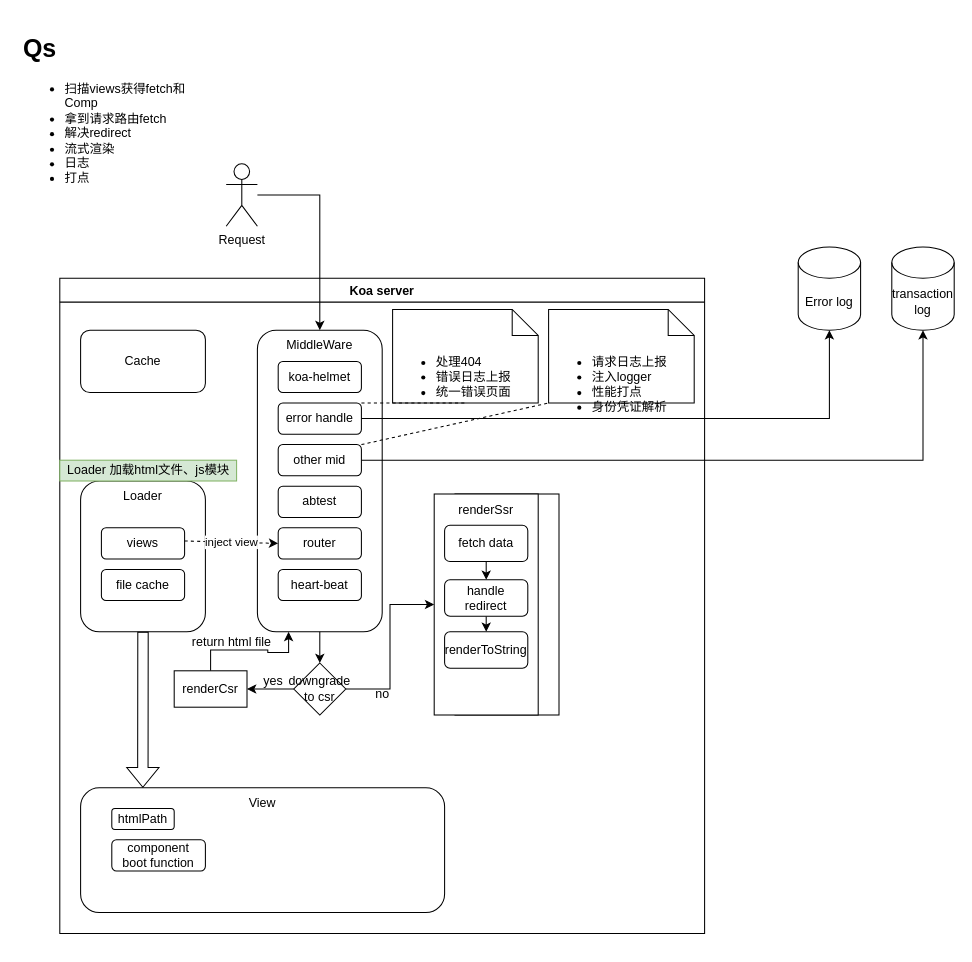
Above: ssr/Untitled Diagram.drawio in liaoyeguo/diagrams-repo (draw.io), before the change. Source tidied: cells renumbered, new cells numbered last; positions are measured from the earlier drawing's top-left corner, leaving out a move shared by most shapes. Both pictures are drawn from the tidied source at 104%, with x=0, y=0 at pixel (18, 28).
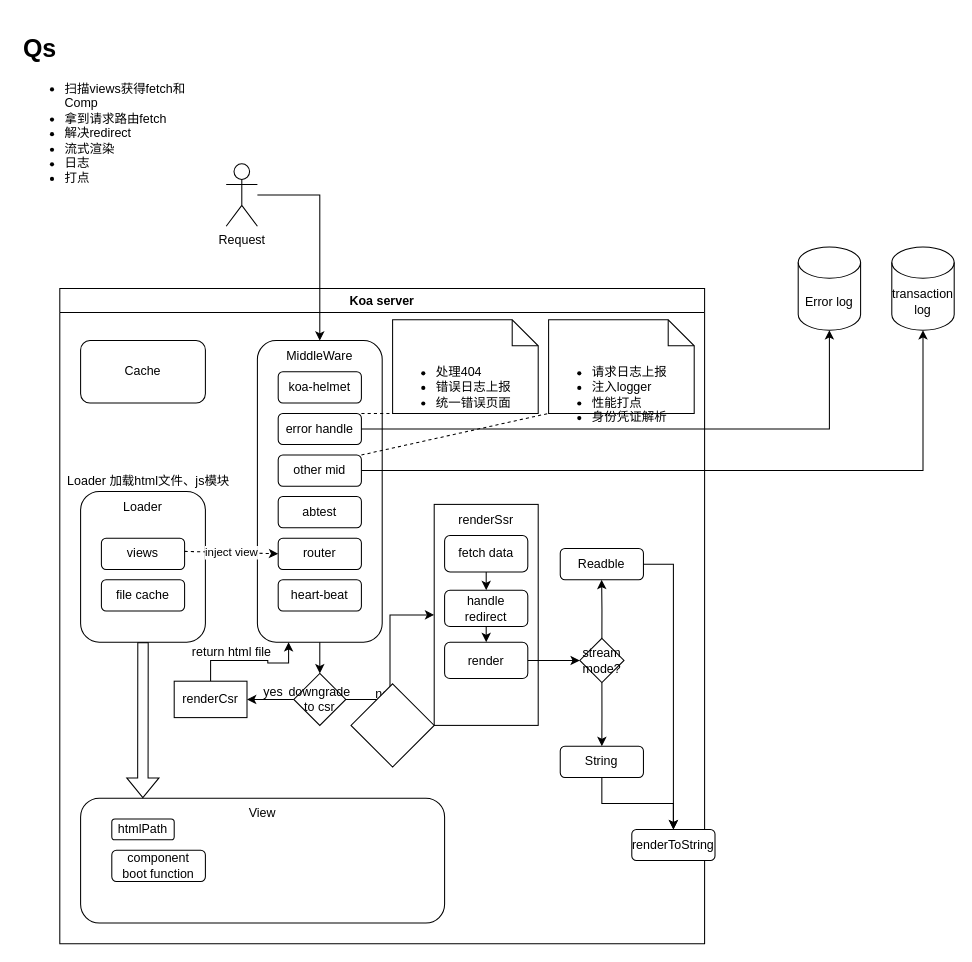
The same diagram, later.

The change refers to these unchanged cells:
```xml
<mxCell id="4" style="group;" parent="2" vertex="1">
  <mxGeometry x="190" y="50" width="290" height="370" as="geometry" />
</mxCell>
```

What changed in the source:
```diff
@@
     <mxCell id="2" value="Koa server" style="swimlane;" parent="1" vertex="1">
-      <mxGeometry x="40" y="240" width="620" height="630" as="geometry" />
+      <mxGeometry x="40" y="250" width="620" height="630" as="geometry" />
     </mxCell>
@@
-    <mxCell id="13" style="rounded=0;whiteSpace=wrap;html=1;labelBackgroundColor=none;" parent="4" vertex="1">
-      <mxGeometry x="190" y="157.5" width="100" height="212.5" as="geometry" />
-    </mxCell>
@@
     <mxCell id="38" style="group;" parent="2" vertex="1">
-      <mxGeometry x="360" y="207.5" width="140" height="212.5" as="geometry" />
+      <mxGeometry x="360" y="207.5" width="210" height="262.5" as="geometry" />
     </mxCell>
@@
+    <mxCell id="56" style="edgeStyle=orthogonalEdgeStyle;rounded=0;jettySize=auto;html=1;exitX=1;exitY=0.5;exitDx=0;exitDy=0;entryX=0;entryY=0.5;entryDx=0;entryDy=0;" parent="38" edge="1" source="45" target="58">
+      <mxGeometry relative="1" as="geometry" />
+    </mxCell>
-    <mxCell id="45" value="renderToString" style="rounded=1;whiteSpace=wrap;html=1;labelBackgroundColor=none;" parent="38" vertex="1">
+    <mxCell id="45" value="render" style="rounded=1;whiteSpace=wrap;html=1;labelBackgroundColor=none;" parent="38" vertex="1">
       <mxGeometry x="10" y="132.5" width="80" height="35" as="geometry" />
     </mxCell>
+    <mxCell id="57" style="edgeStyle=orthogonalEdgeStyle;rounded=0;jettySize=auto;html=1;exitX=0.5;exitY=1;exitDx=0;exitDy=0;" parent="38" edge="1" source="58" target="60">
+      <mxGeometry relative="1" as="geometry" />
+    </mxCell>
+    <mxCell id="58" value="stream mode?" style="rhombus;whiteSpace=wrap;html=1;labelBackgroundColor=none;" parent="38" vertex="1">
+      <mxGeometry x="140" y="128.8" width="42.5" height="42.5" as="geometry" />
+    </mxCell>
+    <mxCell id="59" value="Readble" style="rounded=1;whiteSpace=wrap;html=1;" parent="38" vertex="1">
+      <mxGeometry x="121.2" y="42.5" width="80" height="30" as="geometry" />
+    </mxCell>
+    <mxCell id="60" value="String" style="rounded=1;whiteSpace=wrap;html=1;" parent="38" vertex="1">
+      <mxGeometry x="121.2" y="232.5" width="80" height="30" as="geometry" />
+    </mxCell>
@@
-    <mxCell id="47" value="Loader 加载html文件、js模块" style="text;html=1;align=center;verticalAlign=middle;strokeColor=#82b366;fillColor=#d5e8d4;" parent="2" vertex="1">
+    <mxCell id="47" value="Loader 加载html文件、js模块" style="text;html=1;align=center;verticalAlign=middle;strokeColor=none;fillColor=none;" parent="2" vertex="1">
       <mxGeometry y="175" width="170" height="20" as="geometry" />
     </mxCell>
+    <mxCell id="61" value="renderToString" style="rounded=1;whiteSpace=wrap;html=1;" parent="2" vertex="1">
+      <mxGeometry x="550" y="520" width="80" height="30" as="geometry" />
+    </mxCell>
+    <mxCell id="62" style="edgeStyle=orthogonalEdgeStyle;rounded=0;jettySize=auto;html=1;exitX=0.5;exitY=1;exitDx=0;exitDy=0;entryX=0.5;entryY=0;entryDx=0;entryDy=0;" parent="2" edge="1" source="60" target="61">
+      <mxGeometry relative="1" as="geometry" />
+    </mxCell>
+    <mxCell id="63" style="edgeStyle=orthogonalEdgeStyle;rounded=0;jettySize=auto;html=1;exitX=1;exitY=0.5;exitDx=0;exitDy=0;entryX=0.5;entryY=0;entryDx=0;entryDy=0;" parent="2" edge="1" source="59" target="61">
+      <mxGeometry relative="1" as="geometry" />
+    </mxCell>
@@
+    <mxCell id="64" style="rhombus;whiteSpace=wrap;html=1;labelBackgroundColor=none;" parent="1" vertex="1">
+      <mxGeometry x="320" y="630" width="80" height="80" as="geometry" />
+    </mxCell>
+    <mxCell id="65" style="edgeStyle=orthogonalEdgeStyle;rounded=0;jettySize=auto;html=1;exitX=0.5;exitY=0;exitDx=0;exitDy=0;" parent="1" edge="1" source="58">
+      <mxGeometry relative="1" as="geometry">
+        <mxPoint x="561" y="530" as="targetPoint" />
+      </mxGeometry>
+    </mxCell>
```
